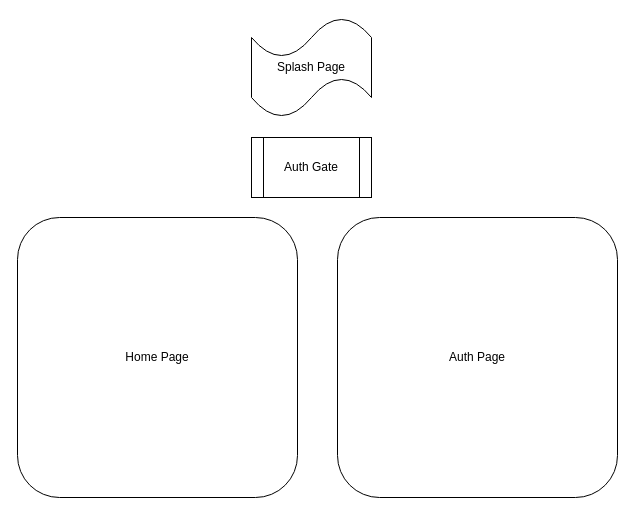
This is docs/design/features/app.dio from adventures-in/friendslide, a draw.io file, before an edit. Source tidied: cells renumbered, new cells numbered last; positions are measured from the earlier drawing's top-left corner, leaving out a move shared by most shapes. Both pictures are drawn from the tidied source at 100%, with x=0, y=0 at pixel (17, 17).
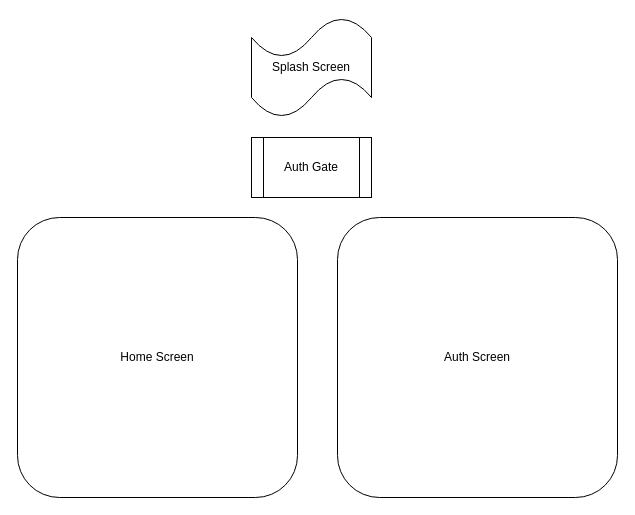
Above is the later version.

Commit message (it also covers changes not shown here):
Add diagrams and navigation infrastructure

Diff of the diagram source:
```diff
@@
 <mxGraphModel>
   <root>
     <mxCell id="0" />
     <mxCell id="1" parent="0" />
-    <mxCell id="2" value="Home Page" style="rounded=1;whiteSpace=wrap;html=1;" parent="1" vertex="1">
+    <mxCell id="2" value="Home Screen" style="rounded=1;whiteSpace=wrap;html=1;" parent="1" vertex="1">
       <mxGeometry y="200" width="280" height="280" as="geometry" />
     </mxCell>
-    <mxCell id="3" value="Auth Page" style="rounded=1;whiteSpace=wrap;html=1;" parent="1" vertex="1">
+    <mxCell id="3" value="Auth Screen" style="rounded=1;whiteSpace=wrap;html=1;" parent="1" vertex="1">
       <mxGeometry x="320" y="200" width="280" height="280" as="geometry" />
     </mxCell>
     <mxCell id="4" value="Auth Gate" style="shape=process;whiteSpace=wrap;html=1;backgroundOutline=1;" parent="1" vertex="1">
       <mxGeometry x="234" y="120" width="120" height="60" as="geometry" />
     </mxCell>
-    <mxCell id="5" value="Splash Page" style="shape=tape;whiteSpace=wrap;html=1;" parent="1" vertex="1">
+    <mxCell id="5" value="Splash Screen" style="shape=tape;whiteSpace=wrap;html=1;" parent="1" vertex="1">
       <mxGeometry x="234" width="120" height="100" as="geometry" />
     </mxCell>
   </root>
 </mxGraphModel>
```
